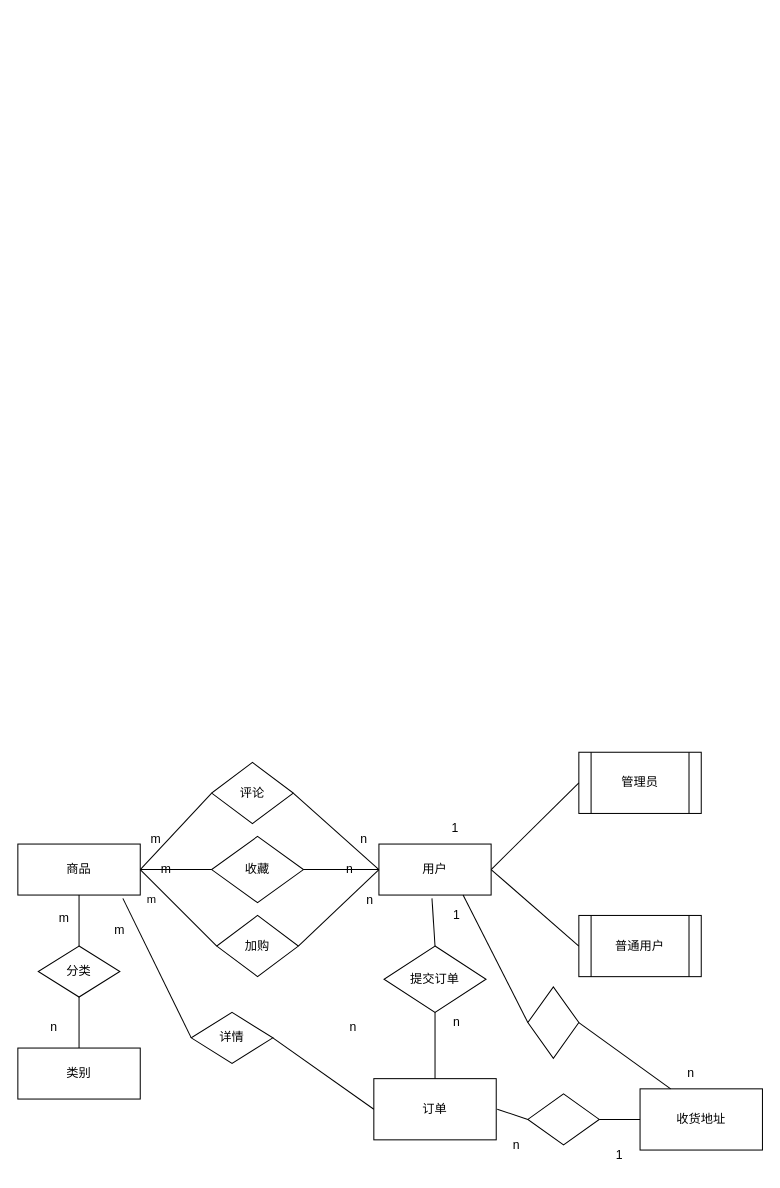
hnistzzm/- keeps this draw.io diagram as 数据库实体-联系图.drawio. Above is the earlier version. Source tidied: cells renumbered, new cells numbered last; positions are measured from the earlier drawing's top-left corner, leaving out a move shared by most shapes. Both pictures are drawn from the tidied source at 102%, with x=0, y=0 at pixel (17, 752).
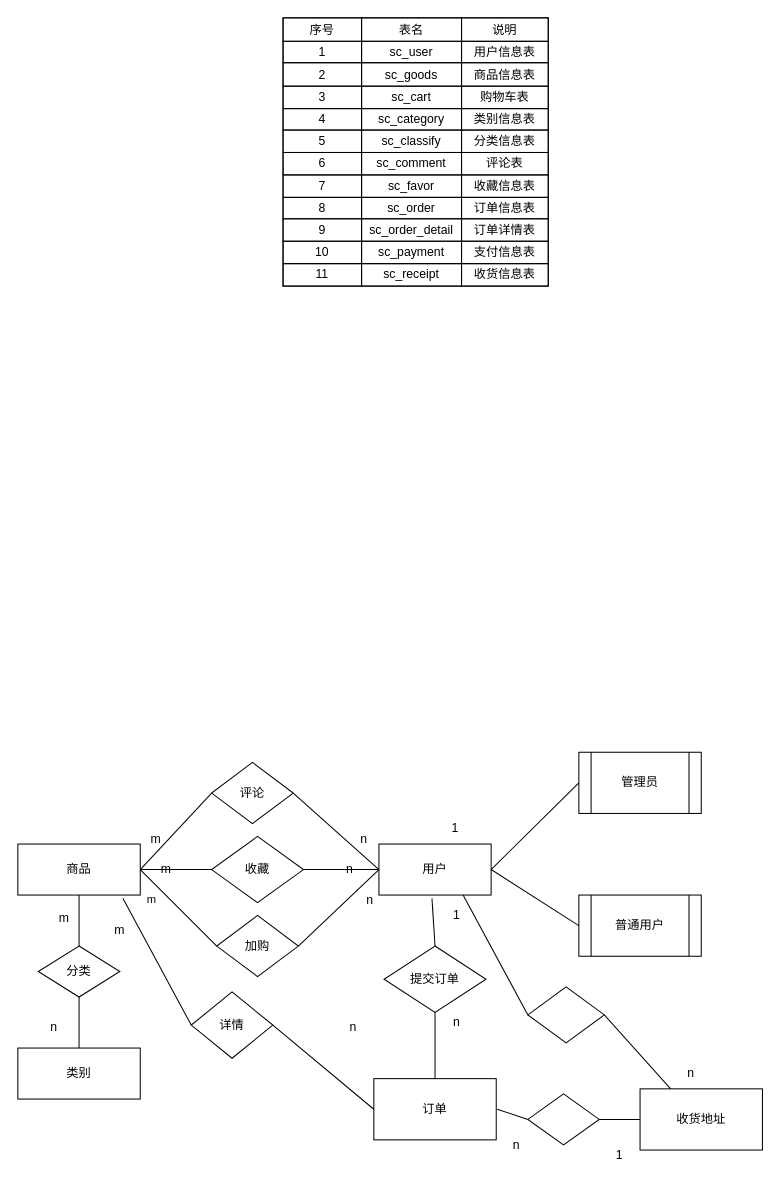
The same page after the edit.

Commit message:
更新数据库实体-联系图以及数据库介绍表格.drawio

Diff of the diagram source:
```diff
@@
     <mxCell id="5" value="普通用户" style="shape=process;whiteSpace=wrap;html=1;backgroundOutline=1;" parent="1" vertex="1">
-      <mxGeometry x="550" y="160" width="120" height="60" as="geometry" />
+      <mxGeometry x="550" y="140" width="120" height="60" as="geometry" />
     </mxCell>
@@
     <mxCell id="38" value="详情" style="rhombus;whiteSpace=wrap;html=1;" parent="1" vertex="1">
-      <mxGeometry x="170" y="255" width="80" height="50" as="geometry" />
+      <mxGeometry x="170" y="235" width="80" height="65" as="geometry" />
     </mxCell>
@@
     <mxCell id="44" style="rhombus;whiteSpace=wrap;html=1;rotation=90;" parent="1" vertex="1">
-      <mxGeometry x="490" y="240" width="70" height="50" as="geometry" />
+      <mxGeometry x="510" y="220" width="55" height="75" as="geometry" />
     </mxCell>
@@
+    <mxCell id="54" style="childLayout=tableLayout;shadow=0;fillColor=none;" parent="1" vertex="1">
+      <mxGeometry x="260" y="-720" width="260" height="263" as="geometry" />
+    </mxCell>
+    <mxCell id="55" style="shape=tableRow;horizontal=0;startSize=0;swimlaneHead=0;swimlaneBody=0;top=0;left=0;bottom=0;right=0;fontStyle=0;fillColor=none;strokeColor=inherit;" parent="54" vertex="1">
+      <mxGeometry width="260" height="23" as="geometry" />
+    </mxCell>
+    <mxCell id="56" value="序号" style="strokeColor=inherit;fillColor=none;align=center;whiteSpace=wrap;html=1;" parent="55" vertex="1">
+      <mxGeometry width="77" height="23" as="geometry" />
+    </mxCell>
+    <mxCell id="57" value="表名" style="strokeColor=inherit;fillColor=none;align=center;whiteSpace=wrap;html=1;" parent="55" vertex="1">
+      <mxGeometry x="77" width="98" height="23" as="geometry" />
+    </mxCell>
+    <mxCell id="58" value="说明" style="strokeColor=inherit;fillColor=none;align=center;whiteSpace=wrap;html=1;" parent="55" vertex="1">
+      <mxGeometry x="175" width="85" height="23" as="geometry" />
+    </mxCell>
+    <mxCell id="59" style="shape=tableRow;horizontal=0;startSize=0;swimlaneHead=0;swimlaneBody=0;top=0;left=0;bottom=0;right=0;fontStyle=0;fillColor=none;strokeColor=inherit;" parent="54" vertex="1">
+      <mxGeometry y="23" width="260" height="21" as="geometry" />
+    </mxCell>
+    <mxCell id="60" value="1" style="strokeColor=inherit;fillColor=none;align=center;whiteSpace=wrap;html=1;" parent="59" vertex="1">
+      <mxGeometry width="77" height="21" as="geometry" />
+    </mxCell>
+    <mxCell id="61" value="sc_user" style="strokeColor=inherit;fillColor=none;align=center;whiteSpace=wrap;html=1;" parent="59" vertex="1">
+      <mxGeometry x="77" width="98" height="21" as="geometry" />
+    </mxCell>
+    <mxCell id="62" value="用户信息表" style="strokeColor=inherit;fillColor=none;align=center;whiteSpace=wrap;html=1;" parent="59" vertex="1">
+      <mxGeometry x="175" width="85" height="21" as="geometry" />
+    </mxCell>
+    <mxCell id="63" style="shape=tableRow;horizontal=0;startSize=0;swimlaneHead=0;swimlaneBody=0;top=0;left=0;bottom=0;right=0;fontStyle=0;fillColor=none;strokeColor=inherit;" parent="54" vertex="1">
+      <mxGeometry y="44" width="260" height="23" as="geometry" />
+    </mxCell>
+    <mxCell id="64" value="2" style="strokeColor=inherit;fillColor=none;align=center;whiteSpace=wrap;html=1;" parent="63" vertex="1">
+      <mxGeometry width="77" height="23" as="geometry" />
+    </mxCell>
+    <mxCell id="65" value="sc_goods" style="strokeColor=inherit;fillColor=none;align=center;whiteSpace=wrap;html=1;" parent="63" vertex="1">
+      <mxGeometry x="77" width="98" height="23" as="geometry" />
+    </mxCell>
+    <mxCell id="66" value="商品信息表" style="strokeColor=inherit;fillColor=none;align=center;whiteSpace=wrap;html=1;" parent="63" vertex="1">
+      <mxGeometry x="175" width="85" height="23" as="geometry" />
+    </mxCell>
+    <mxCell id="67" style="shape=tableRow;horizontal=0;startSize=0;swimlaneHead=0;swimlaneBody=0;top=0;left=0;bottom=0;right=0;fontStyle=0;fillColor=none;strokeColor=inherit;" parent="54" vertex="1">
+      <mxGeometry y="67" width="260" height="22" as="geometry" />
+    </mxCell>
+    <mxCell id="68" value="3" style="strokeColor=inherit;fillColor=none;align=center;whiteSpace=wrap;html=1;" parent="67" vertex="1">
+      <mxGeometry width="77" height="22" as="geometry" />
+    </mxCell>
+    <mxCell id="69" value="sc_cart" style="strokeColor=inherit;fillColor=none;align=center;whiteSpace=wrap;html=1;" parent="67" vertex="1">
+      <mxGeometry x="77" width="98" height="22" as="geometry" />
+    </mxCell>
+    <mxCell id="70" value="购物车表" style="strokeColor=inherit;fillColor=none;align=center;whiteSpace=wrap;html=1;" parent="67" vertex="1">
+      <mxGeometry x="175" width="85" height="22" as="geometry" />
+    </mxCell>
+    <mxCell id="71" style="shape=tableRow;horizontal=0;startSize=0;swimlaneHead=0;swimlaneBody=0;top=0;left=0;bottom=0;right=0;fontStyle=0;fillColor=none;strokeColor=inherit;" parent="54" vertex="1">
+      <mxGeometry y="89" width="260" height="21" as="geometry" />
+    </mxCell>
+    <mxCell id="72" value="4" style="strokeColor=inherit;fillColor=none;align=center;whiteSpace=wrap;html=1;" parent="71" vertex="1">
+      <mxGeometry width="77" height="21" as="geometry" />
+    </mxCell>
+    <mxCell id="73" value="sc_category" style="strokeColor=inherit;fillColor=none;align=center;whiteSpace=wrap;html=1;" parent="71" vertex="1">
+      <mxGeometry x="77" width="98" height="21" as="geometry" />
+    </mxCell>
+    <mxCell id="74" value="类别信息表" style="strokeColor=inherit;fillColor=none;align=center;whiteSpace=wrap;html=1;" parent="71" vertex="1">
+      <mxGeometry x="175" width="85" height="21" as="geometry" />
+    </mxCell>
+    <mxCell id="75" style="shape=tableRow;horizontal=0;startSize=0;swimlaneHead=0;swimlaneBody=0;top=0;left=0;bottom=0;right=0;fontStyle=0;fillColor=none;strokeColor=inherit;" parent="54" vertex="1">
+      <mxGeometry y="110" width="260" height="22" as="geometry" />
+    </mxCell>
+    <mxCell id="76" value="5" style="strokeColor=inherit;fillColor=none;align=center;whiteSpace=wrap;html=1;" parent="75" vertex="1">
+      <mxGeometry width="77" height="22" as="geometry" />
+    </mxCell>
+    <mxCell id="77" value="sc_classify&lt;br&gt;" style="strokeColor=inherit;fillColor=none;align=center;whiteSpace=wrap;html=1;" parent="75" vertex="1">
+      <mxGeometry x="77" width="98" height="22" as="geometry" />
+    </mxCell>
+    <mxCell id="78" value="分类信息表" style="strokeColor=inherit;fillColor=none;align=center;whiteSpace=wrap;html=1;" parent="75" vertex="1">
+      <mxGeometry x="175" width="85" height="22" as="geometry" />
+    </mxCell>
+    <mxCell id="79" style="shape=tableRow;horizontal=0;startSize=0;swimlaneHead=0;swimlaneBody=0;top=0;left=0;bottom=0;right=0;fontStyle=0;fillColor=none;strokeColor=inherit;" parent="54" vertex="1">
+      <mxGeometry y="132" width="260" height="22" as="geometry" />
+    </mxCell>
+    <mxCell id="80" value="6" style="strokeColor=inherit;fillColor=none;align=center;whiteSpace=wrap;html=1;" parent="79" vertex="1">
+      <mxGeometry width="77" height="22" as="geometry" />
+    </mxCell>
+    <mxCell id="81" value="sc_comment" style="strokeColor=inherit;fillColor=none;align=center;whiteSpace=wrap;html=1;" parent="79" vertex="1">
+      <mxGeometry x="77" width="98" height="22" as="geometry" />
+    </mxCell>
+    <mxCell id="82" value="评论表&lt;br&gt;" style="strokeColor=inherit;fillColor=none;align=center;whiteSpace=wrap;html=1;" parent="79" vertex="1">
+      <mxGeometry x="175" width="85" height="22" as="geometry" />
+    </mxCell>
+    <mxCell id="83" style="shape=tableRow;horizontal=0;startSize=0;swimlaneHead=0;swimlaneBody=0;top=0;left=0;bottom=0;right=0;fontStyle=0;fillColor=none;strokeColor=inherit;" parent="54" vertex="1">
+      <mxGeometry y="154" width="260" height="22" as="geometry" />
+    </mxCell>
+    <mxCell id="84" value="7" style="strokeColor=inherit;fillColor=none;align=center;whiteSpace=wrap;html=1;" parent="83" vertex="1">
+      <mxGeometry width="77" height="22" as="geometry" />
+    </mxCell>
+    <mxCell id="85" value="sc_favor" style="strokeColor=inherit;fillColor=none;align=center;whiteSpace=wrap;html=1;" parent="83" vertex="1">
+      <mxGeometry x="77" width="98" height="22" as="geometry" />
+    </mxCell>
+    <mxCell id="86" value="收藏信息表" style="strokeColor=inherit;fillColor=none;align=center;whiteSpace=wrap;html=1;" parent="83" vertex="1">
+      <mxGeometry x="175" width="85" height="22" as="geometry" />
+    </mxCell>
+    <mxCell id="87" style="shape=tableRow;horizontal=0;startSize=0;swimlaneHead=0;swimlaneBody=0;top=0;left=0;bottom=0;right=0;fontStyle=0;fillColor=none;strokeColor=inherit;" parent="54" vertex="1">
+      <mxGeometry y="176" width="260" height="21" as="geometry" />
+    </mxCell>
+    <mxCell id="88" value="8" style="strokeColor=inherit;fillColor=none;align=center;whiteSpace=wrap;html=1;" parent="87" vertex="1">
+      <mxGeometry width="77" height="21" as="geometry" />
+    </mxCell>
+    <mxCell id="89" value="sc_order" style="strokeColor=inherit;fillColor=none;align=center;whiteSpace=wrap;html=1;" parent="87" vertex="1">
+      <mxGeometry x="77" width="98" height="21" as="geometry" />
+    </mxCell>
+    <mxCell id="90" value="订单信息表" style="strokeColor=inherit;fillColor=none;align=center;whiteSpace=wrap;html=1;" parent="87" vertex="1">
+      <mxGeometry x="175" width="85" height="21" as="geometry" />
+    </mxCell>
+    <mxCell id="91" style="shape=tableRow;horizontal=0;startSize=0;swimlaneHead=0;swimlaneBody=0;top=0;left=0;bottom=0;right=0;fontStyle=0;fillColor=none;strokeColor=inherit;" parent="54" vertex="1">
+      <mxGeometry y="197" width="260" height="22" as="geometry" />
+    </mxCell>
+    <mxCell id="92" value="9" style="strokeColor=inherit;fillColor=none;align=center;whiteSpace=wrap;html=1;" parent="91" vertex="1">
+      <mxGeometry width="77" height="22" as="geometry" />
+    </mxCell>
+    <mxCell id="93" value="sc_order_detail" style="strokeColor=inherit;fillColor=none;align=center;whiteSpace=wrap;html=1;" parent="91" vertex="1">
+      <mxGeometry x="77" width="98" height="22" as="geometry" />
+    </mxCell>
+    <mxCell id="94" value="订单详情表" style="strokeColor=inherit;fillColor=none;align=center;whiteSpace=wrap;html=1;" parent="91" vertex="1">
+      <mxGeometry x="175" width="85" height="22" as="geometry" />
+    </mxCell>
+    <mxCell id="95" style="shape=tableRow;horizontal=0;startSize=0;swimlaneHead=0;swimlaneBody=0;top=0;left=0;bottom=0;right=0;fontStyle=0;fillColor=none;strokeColor=inherit;" parent="54" vertex="1">
+      <mxGeometry y="219" width="260" height="22" as="geometry" />
+    </mxCell>
+    <mxCell id="96" value="10" style="strokeColor=inherit;fillColor=none;align=center;whiteSpace=wrap;html=1;" parent="95" vertex="1">
+      <mxGeometry width="77" height="22" as="geometry" />
+    </mxCell>
+    <mxCell id="97" value="sc_payment" style="strokeColor=inherit;fillColor=none;align=center;whiteSpace=wrap;html=1;" parent="95" vertex="1">
+      <mxGeometry x="77" width="98" height="22" as="geometry" />
+    </mxCell>
+    <mxCell id="98" value="支付信息表" style="strokeColor=inherit;fillColor=none;align=center;whiteSpace=wrap;html=1;" parent="95" vertex="1">
+      <mxGeometry x="175" width="85" height="22" as="geometry" />
+    </mxCell>
+    <mxCell id="99" style="shape=tableRow;horizontal=0;startSize=0;swimlaneHead=0;swimlaneBody=0;top=0;left=0;bottom=0;right=0;fontStyle=0;fillColor=none;strokeColor=inherit;" parent="54" vertex="1">
+      <mxGeometry y="241" width="260" height="22" as="geometry" />
+    </mxCell>
+    <mxCell id="100" value="11" style="strokeColor=inherit;fillColor=none;align=center;whiteSpace=wrap;html=1;" parent="99" vertex="1">
+      <mxGeometry width="77" height="22" as="geometry" />
+    </mxCell>
+    <mxCell id="101" value="sc_receipt" style="strokeColor=inherit;fillColor=none;align=center;whiteSpace=wrap;html=1;" parent="99" vertex="1">
+      <mxGeometry x="77" width="98" height="22" as="geometry" />
+    </mxCell>
+    <mxCell id="102" value="收货信息表" style="strokeColor=inherit;fillColor=none;align=center;whiteSpace=wrap;html=1;" parent="99" vertex="1">
+      <mxGeometry x="175" width="85" height="22" as="geometry" />
+    </mxCell>
```
